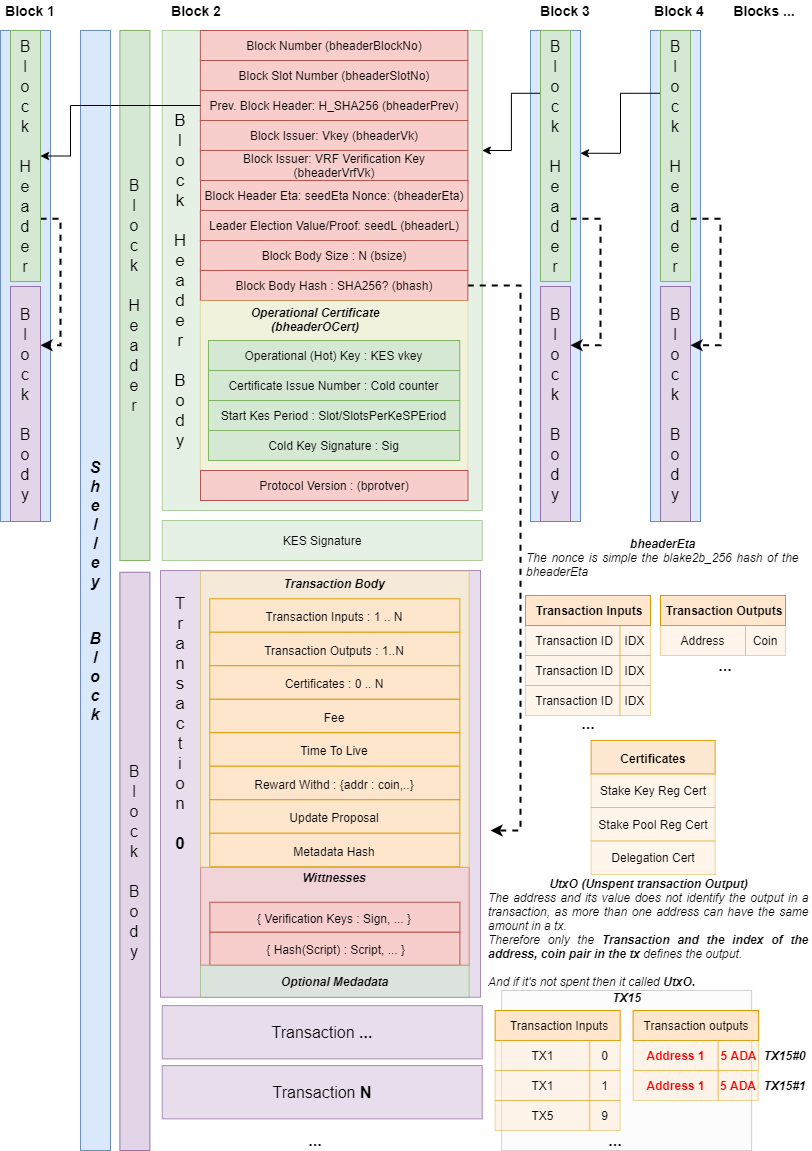
Earlier version of the draw.io export images/ShelleyBlock.png (ilap/ShelleyStuffs). Source tidied: cells renumbered, new cells last; positions are measured from the earlier drawing's top-left corner, leaving out a move shared by most shapes.
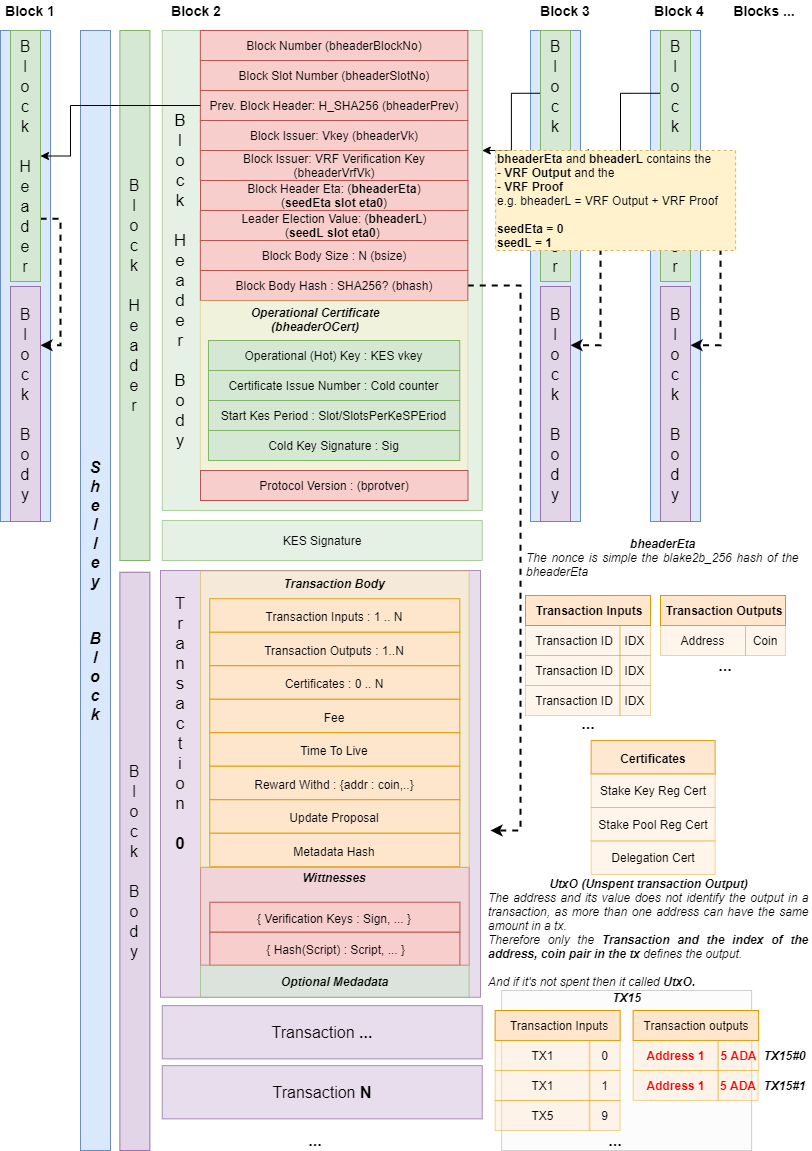
The same file after the commit.

The edit, as a diff of the source:
```diff
@@ -29,10 +29,10 @@
     <mxCell id="10" value="Block Issuer: VRF Verification Key (bheaderVrfVk)" style="rounded=0;whiteSpace=wrap;html=1;fillColor=#f8cecc;strokeColor=#b85450;align=center;" parent="1" vertex="1">
       <mxGeometry x="199.9" y="150" width="267.5" height="30" as="geometry" />
     </mxCell>
-    <mxCell id="11" value="Block Header Eta: seedEta Nonce: (bheaderEta)" style="rounded=0;whiteSpace=wrap;html=1;fillColor=#f8cecc;strokeColor=#b85450;align=center;" parent="1" vertex="1">
+    <mxCell id="11" value="Block Header Eta: (&lt;b&gt;bheaderEta&lt;/b&gt;)&lt;br&gt;(&lt;b&gt;seedEta slot eta0&lt;/b&gt;)" style="rounded=0;whiteSpace=wrap;html=1;fillColor=#f8cecc;strokeColor=#b85450;align=center;" parent="1" vertex="1">
       <mxGeometry x="200" y="180" width="267.5" height="30" as="geometry" />
     </mxCell>
-    <mxCell id="12" value="Leader Election Value/Proof: seedL (bheaderL)" style="rounded=0;whiteSpace=wrap;html=1;fillColor=#f8cecc;strokeColor=#b85450;align=center;" parent="1" vertex="1">
+    <mxCell id="12" value="Leader Election Value: (&lt;b&gt;bheaderL&lt;/b&gt;)&lt;br&gt;(&lt;b&gt;seedL slot eta0&lt;/b&gt;)&amp;nbsp;" style="rounded=0;whiteSpace=wrap;html=1;fillColor=#f8cecc;strokeColor=#b85450;align=center;" parent="1" vertex="1">
       <mxGeometry x="199.9" y="210" width="267.5" height="30" as="geometry" />
     </mxCell>
     <mxCell id="13" value="Block Body Size : N (bsize)" style="rounded=0;whiteSpace=wrap;html=1;fillColor=#f8cecc;strokeColor=#b85450;align=center;" parent="1" vertex="1">
@@ -317,5 +317,8 @@
     <mxCell id="99" value="&lt;div&gt;&lt;i&gt;&lt;b&gt;bheaderEta&lt;/b&gt;&lt;/i&gt;&lt;/div&gt;&lt;div style=&quot;text-align: justify&quot;&gt;&lt;i&gt;The nonce is simple the blake2b_256 hash of the bheaderEta&lt;/i&gt;&lt;/div&gt;" style="text;html=1;strokeColor=none;fillColor=none;align=center;verticalAlign=top;whiteSpace=wrap;rounded=0;fontSize=12;opacity=40;" parent="1" vertex="1">
       <mxGeometry x="525" y="530" width="275" height="50" as="geometry" />
     </mxCell>
+    <mxCell id="100" value="&lt;b&gt;bheaderEta &lt;/b&gt;and &lt;b&gt;bheaderL&lt;/b&gt; contains the&amp;nbsp;&lt;br&gt;- &lt;b&gt;VRF Output&lt;/b&gt; and the&amp;nbsp;&lt;br&gt;- &lt;b&gt;VRF Proof&lt;/b&gt;&lt;br&gt;e.g. bheaderL = VRF Output + VRF Proof&lt;br&gt;&lt;div&gt;&lt;br&gt;&lt;/div&gt;&lt;div&gt;&lt;b&gt;seedEta = 0&lt;/b&gt;&lt;/div&gt;&lt;div&gt;&lt;b&gt;seedL = 1&lt;/b&gt;&lt;/div&gt;" style="text;html=1;align=left;verticalAlign=middle;fillColor=#fff2cc;strokeColor=#d6b656;dashed=1;" parent="1" vertex="1">
+      <mxGeometry x="495.1" y="150" width="240" height="100" as="geometry" />
+    </mxCell>
   </root>
 </mxGraphModel>
```
